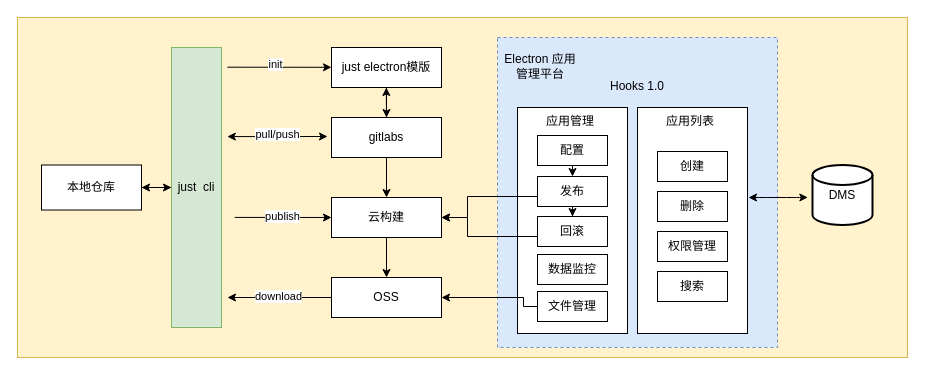
git-zhanglei/flowCharts keeps this draw.io diagram as electron生态.drawio. Above is the earlier version. Source tidied: cells renumbered, new cells numbered last; positions are measured from the earlier drawing's top-left corner, leaving out a move shared by most shapes. Both pictures are drawn from the tidied source at 100%, with x=0, y=0 at pixel (17, 17).
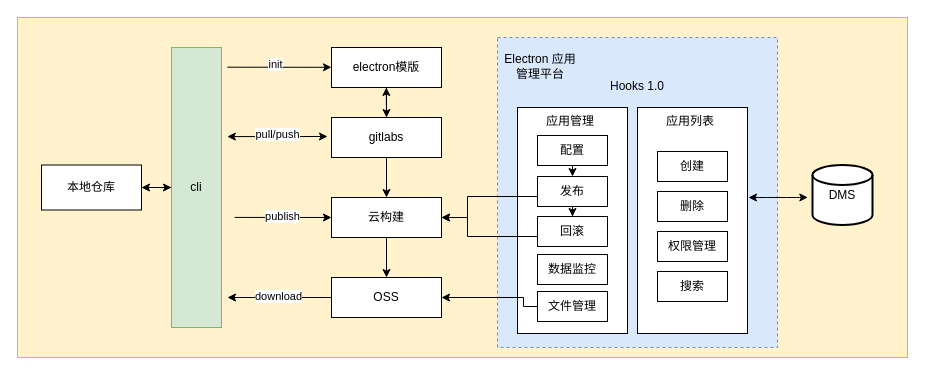
Above is the later version.

Change to the diagram source:
```diff
@@
-    <mxCell id="7" value="just electron模版" style="rounded=0;whiteSpace=wrap;html=1;" parent="1" vertex="1">
+    <mxCell id="7" value="electron模版" style="rounded=0;whiteSpace=wrap;html=1;" parent="1" vertex="1">
       <mxGeometry x="314" y="30" width="110" height="40" as="geometry" />
     </mxCell>
@@
-    <mxCell id="9" value="just&amp;nbsp; cli" style="rounded=0;whiteSpace=wrap;html=1;fillColor=#d5e8d4;strokeColor=#82b366;" parent="1" vertex="1">
+    <mxCell id="9" value="cli" style="rounded=0;whiteSpace=wrap;html=1;fillColor=#d5e8d4;strokeColor=#82b366;" parent="1" vertex="1">
       <mxGeometry x="154" y="30" width="50" height="280" as="geometry" />
     </mxCell>
```
